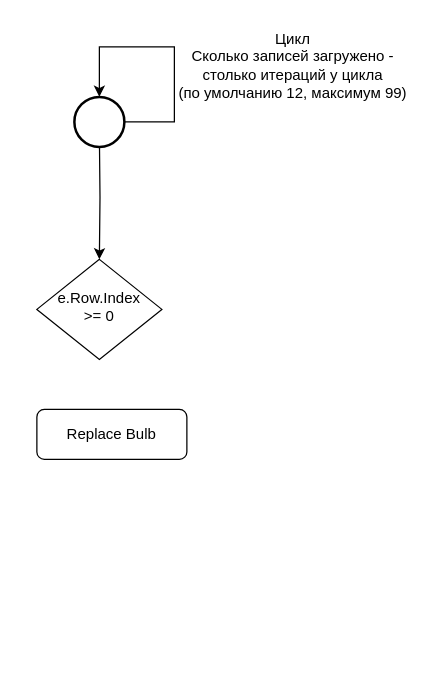
Earlier version of the draw.io diagram portal/StatementIncomings.aspx/StatementIncomings__RowDataBound().drawio (davyd0ff/so-line-grls). Source tidied: cells renumbered, new cells numbered last; positions are measured from the earlier drawing's top-left corner, leaving out a move shared by most shapes. Both pictures are drawn from the tidied source at 125%, with x=0, y=0 at pixel (36, 21).
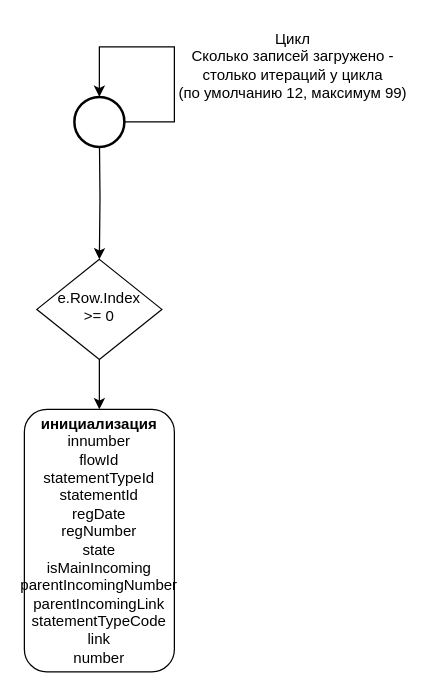
Above is the later version.

The edit, as a diff of the source:
```diff
@@
 <mxGraphModel>
   <root>
     <mxCell id="0" />
     <mxCell id="1" parent="0" />
+    <mxCell id="8" style="edgeStyle=orthogonalEdgeStyle;rounded=0;jettySize=auto;html=1;exitX=0.5;exitY=1;exitDx=0;exitDy=0;entryX=0.5;entryY=0;entryDx=0;entryDy=0;" parent="1" edge="1" source="2" target="3">
+      <mxGeometry relative="1" as="geometry" />
+    </mxCell>
     <mxCell id="2" value="e.Row.Index &lt;br&gt;&amp;gt;= 0" style="rhombus;whiteSpace=wrap;html=1;shadow=0;fontFamily=Helvetica;fontSize=12;align=center;strokeWidth=1;spacing=6;spacingTop=-4;" parent="1" vertex="1">
       <mxGeometry y="190" width="100" height="80" as="geometry" />
     </mxCell>
-    <mxCell id="3" value="Replace Bulb" style="rounded=1;whiteSpace=wrap;html=1;fontSize=12;glass=0;strokeWidth=1;shadow=0;" parent="1" vertex="1">
-      <mxGeometry y="310" width="120" height="40" as="geometry" />
+    <mxCell id="3" value="&lt;b&gt;инициализация&lt;br&gt;&lt;/b&gt;innumber&lt;br&gt;flowId&lt;br&gt;statementTypeId&lt;br&gt;statementId&lt;br&gt;regDate&lt;br&gt;regNumber&lt;br&gt;state&lt;br&gt;isMainIncoming&lt;br&gt;parentIncomingNumber&lt;br&gt;parentIncomingLink&lt;br&gt;statementTypeCode&lt;br&gt;link&lt;br&gt;number" style="rounded=1;whiteSpace=wrap;html=1;fontSize=12;glass=0;strokeWidth=1;shadow=0;" parent="1" vertex="1">
+      <mxGeometry x="-10" y="310" width="120" height="210" as="geometry" />
     </mxCell>
     <mxCell id="4" style="edgeStyle=orthogonalEdgeStyle;rounded=0;jettySize=auto;html=1;" parent="1" edge="1" target="2">
       <mxGeometry relative="1" as="geometry">
         <mxPoint x="50" y="90" as="sourcePoint" />
       </mxGeometry>
     </mxCell>
     <mxCell id="5" style="strokeWidth=2;html=1;shape=mxgraph.flowchart.start_2;whiteSpace=wrap;" parent="1" vertex="1">
       <mxGeometry x="30" y="60" width="40" height="40" as="geometry" />
     </mxCell>
     <mxCell id="6" style="edgeStyle=orthogonalEdgeStyle;rounded=0;orthogonalLoop=1;jettySize=auto;html=1;entryX=0.5;entryY=0;entryDx=0;entryDy=0;entryPerimeter=0;exitX=1;exitY=0.5;exitDx=0;exitDy=0;exitPerimeter=0;" parent="1" edge="1" source="5" target="5">
       <mxGeometry relative="1" as="geometry">
         <Array as="points">
           <mxPoint x="110" y="80" />
           <mxPoint x="110" y="20" />
           <mxPoint x="50" y="20" />
         </Array>
       </mxGeometry>
     </mxCell>
     <mxCell id="7" value="Цикл&lt;br&gt;Сколько записей загружено - столько итераций у цикла&lt;br&gt;(по умолчанию 12, максимум 99)" style="text;html=1;strokeColor=none;fillColor=none;align=center;verticalAlign=middle;whiteSpace=wrap;rounded=0;" parent="1" vertex="1">
       <mxGeometry x="100" width="210" height="70" as="geometry" />
     </mxCell>
   </root>
 </mxGraphModel>
```
